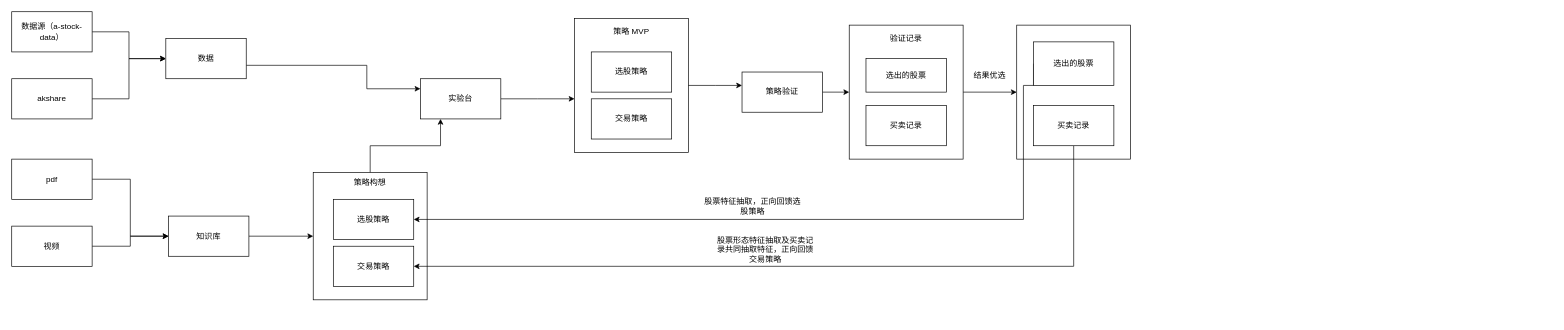
DemonHan/qt-work keeps this draw.io diagram as trade.drawio. Above is the earlier version. Source tidied: cells renumbered, new cells numbered last; positions are measured from the earlier drawing's top-left corner, leaving out a move shared by most shapes. Both pictures are drawn from the tidied source at 67%, with x=0, y=0 at pixel (11, 11).
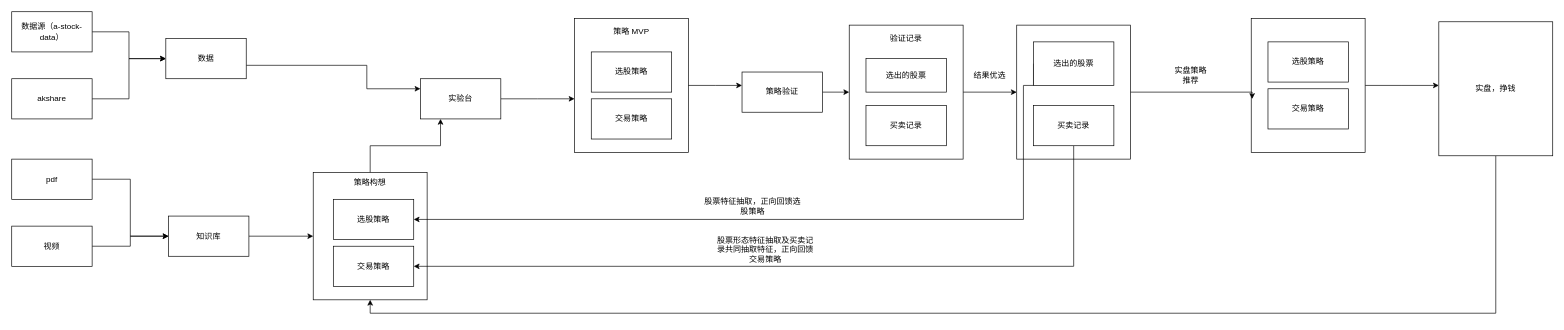
After the change.

Unchanged cells that the change refers to:
```xml
<mxCell id="15" style="rounded=0;whiteSpace=wrap;html=1;" parent="1" vertex="1">
  <mxGeometry x="450" y="240" width="170" height="190" as="geometry" />
</mxCell>
<mxCell id="33" style="rounded=0;whiteSpace=wrap;html=1;" parent="1" vertex="1">
  <mxGeometry x="1500" y="20" width="170" height="200" as="geometry" />
</mxCell>
```

What changed in the source:
```diff
@@
+    <mxCell id="41" style="edgeStyle=orthogonalEdgeStyle;rounded=0;jettySize=auto;html=1;" parent="1" edge="1" source="42">
+      <mxGeometry relative="1" as="geometry">
+        <mxPoint x="2130" y="110" as="targetPoint" />
+      </mxGeometry>
+    </mxCell>
+    <mxCell id="42" style="rounded=0;whiteSpace=wrap;html=1;" parent="1" vertex="1">
+      <mxGeometry x="1850" y="10" width="170" height="200" as="geometry" />
+    </mxCell>
+    <mxCell id="43" style="edgeStyle=orthogonalEdgeStyle;rounded=0;jettySize=auto;html=1;entryX=0.008;entryY=0.601;entryDx=0;entryDy=0;entryPerimeter=0;" parent="1" edge="1" source="33" target="42">
+      <mxGeometry relative="1" as="geometry">
+        <Array as="points">
+          <mxPoint x="1851" y="120" />
+        </Array>
+      </mxGeometry>
+    </mxCell>
+    <mxCell id="44" value="实盘策略推荐" style="text;html=1;whiteSpace=wrap;strokeColor=none;fillColor=none;align=center;verticalAlign=middle;rounded=0;" parent="1" vertex="1">
+      <mxGeometry x="1730" y="80" width="60" height="30" as="geometry" />
+    </mxCell>
+    <mxCell id="45" value="选股策略" style="rounded=0;whiteSpace=wrap;html=1;" parent="1" vertex="1">
+      <mxGeometry x="1875" y="45" width="120" height="60" as="geometry" />
+    </mxCell>
+    <mxCell id="46" value="交易策略" style="rounded=0;whiteSpace=wrap;html=1;" parent="1" vertex="1">
+      <mxGeometry x="1875" y="115" width="120" height="60" as="geometry" />
+    </mxCell>
+    <mxCell id="47" style="edgeStyle=orthogonalEdgeStyle;rounded=0;jettySize=auto;html=1;entryX=0.5;entryY=1;entryDx=0;entryDy=0;" parent="1" edge="1" source="48" target="15">
+      <mxGeometry relative="1" as="geometry">
+        <Array as="points">
+          <mxPoint x="2215" y="450" />
+          <mxPoint x="535" y="450" />
+        </Array>
+      </mxGeometry>
+    </mxCell>
+    <mxCell id="48" value="实盘，挣钱" style="rounded=0;whiteSpace=wrap;html=1;" parent="1" vertex="1">
+      <mxGeometry x="2130" y="15" width="170" height="200" as="geometry" />
+    </mxCell>
```
